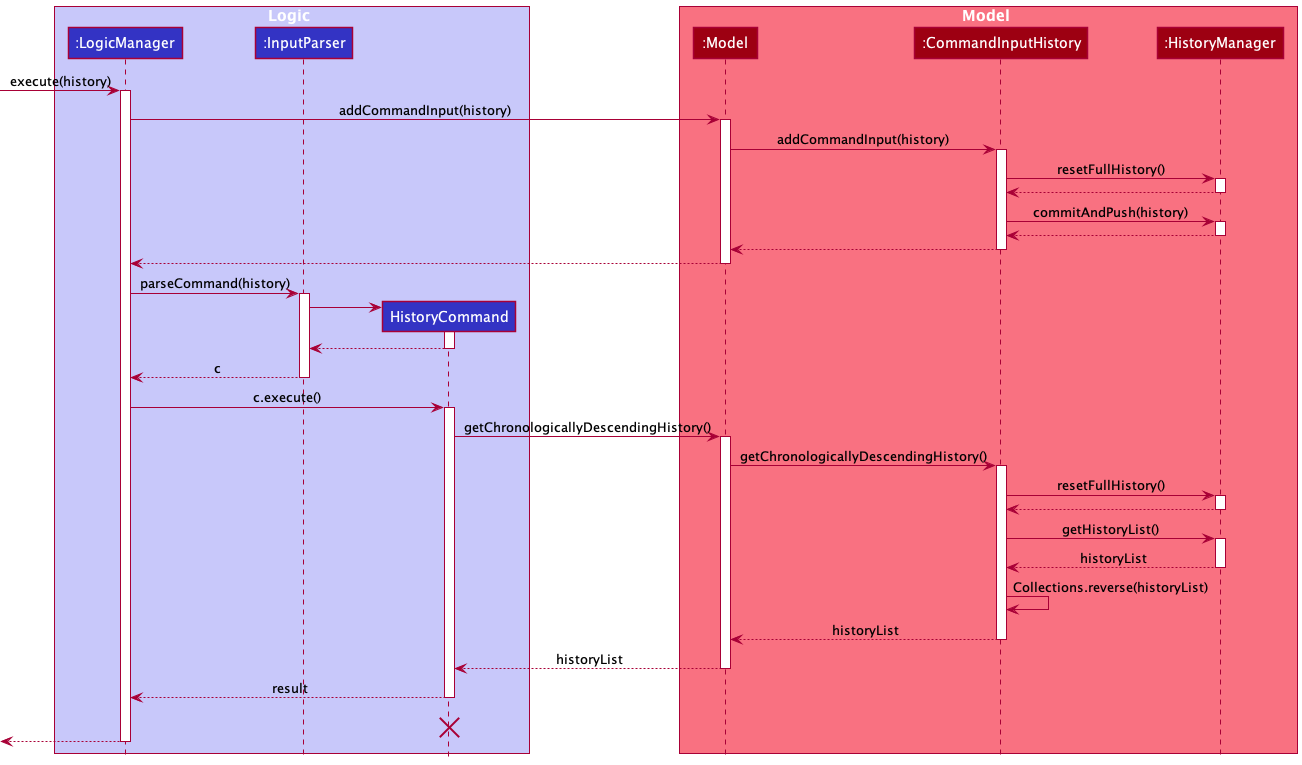
This is docs/images/HistoryCommandSequenceDiagram.png from vigneshsankariyer1234567890/tp, a PlantUML export, as it was before one commit. Its diagram source:
```plantuml
@startuml
!include style.puml

box Logic LOGIC_COLOR_T1
participant ":LogicManager" as LogicManager LOGIC_COLOR
participant ":InputParser" as InputParser LOGIC_COLOR
participant "HistoryCommand" as HistoryCommand LOGIC_COLOR
end box

box Model MODEL_COLOR_T1
participant ":Model" as Model MODEL_COLOR
participant ":CommandInputHistory" as CommandInputHistory MODEL_COLOR
participant ":HistoryManager" as HistoryManager MODEL_COLOR
end box
[-> LogicManager : execute(history)
activate LogicManager

LogicManager -> Model : addCommandInput(history)
activate Model

Model -> CommandInputHistory : addCommandInput(history)
activate CommandInputHistory

CommandInputHistory -> HistoryManager : resetFullHistory()
activate HistoryManager

HistoryManager --> CommandInputHistory
deactivate HistoryManager

CommandInputHistory -> HistoryManager : commitAndPush(history)
activate HistoryManager

HistoryManager --> CommandInputHistory
deactivate HistoryManager

CommandInputHistory --> Model
deactivate CommandInputHistory

Model --> LogicManager
deactivate Model

LogicManager -> InputParser : parseCommand(history)
activate InputParser

create HistoryCommand
InputParser -> HistoryCommand
activate HistoryCommand

HistoryCommand --> InputParser
deactivate HistoryCommand

InputParser --> LogicManager : c
deactivate InputParser

LogicManager -> HistoryCommand : c.execute()
activate HistoryCommand

HistoryCommand -> Model : getChronologicallyDescendingHistory()
activate Model

Model -> CommandInputHistory : getChronologicallyDescendingHistory()
activate CommandInputHistory

CommandInputHistory -> HistoryManager : resetFullHistory()
activate HistoryManager
HistoryManager --> CommandInputHistory
deactivate HistoryManager

CommandInputHistory -> HistoryManager : getHistoryList()
activate HistoryManager
HistoryManager --> CommandInputHistory : historyList
deactivate HistoryManager

CommandInputHistory -> CommandInputHistory : Collections.reverse(historyList)
CommandInputHistory --> Model : historyList
deactivate CommandInputHistory

Model --> HistoryCommand: historyList
deactivate Model

HistoryCommand --> LogicManager : result
deactivate HistoryCommand
HistoryCommand -[hidden]-> LogicManager : result
destroy HistoryCommand

[<--LogicManager
deactivate LogicManager
@enduml
```
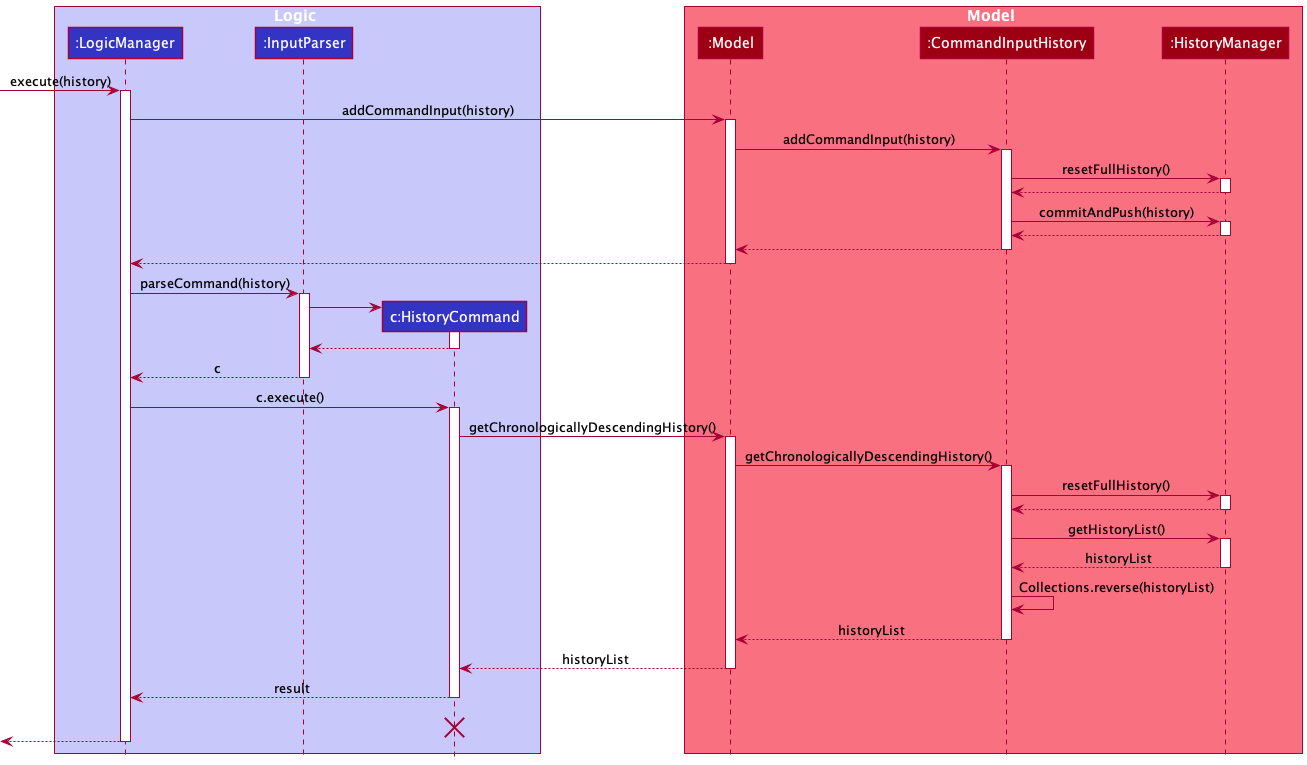
The same diagram one commit later.

The edit, as a diff of the source:
```diff
@@ -4,7 +4,7 @@
 box Logic LOGIC_COLOR_T1
 participant ":LogicManager" as LogicManager LOGIC_COLOR
 participant ":InputParser" as InputParser LOGIC_COLOR
-participant "HistoryCommand" as HistoryCommand LOGIC_COLOR
+participant "c:HistoryCommand" as HistoryCommand LOGIC_COLOR
 end box
 
 box Model MODEL_COLOR_T1
```
